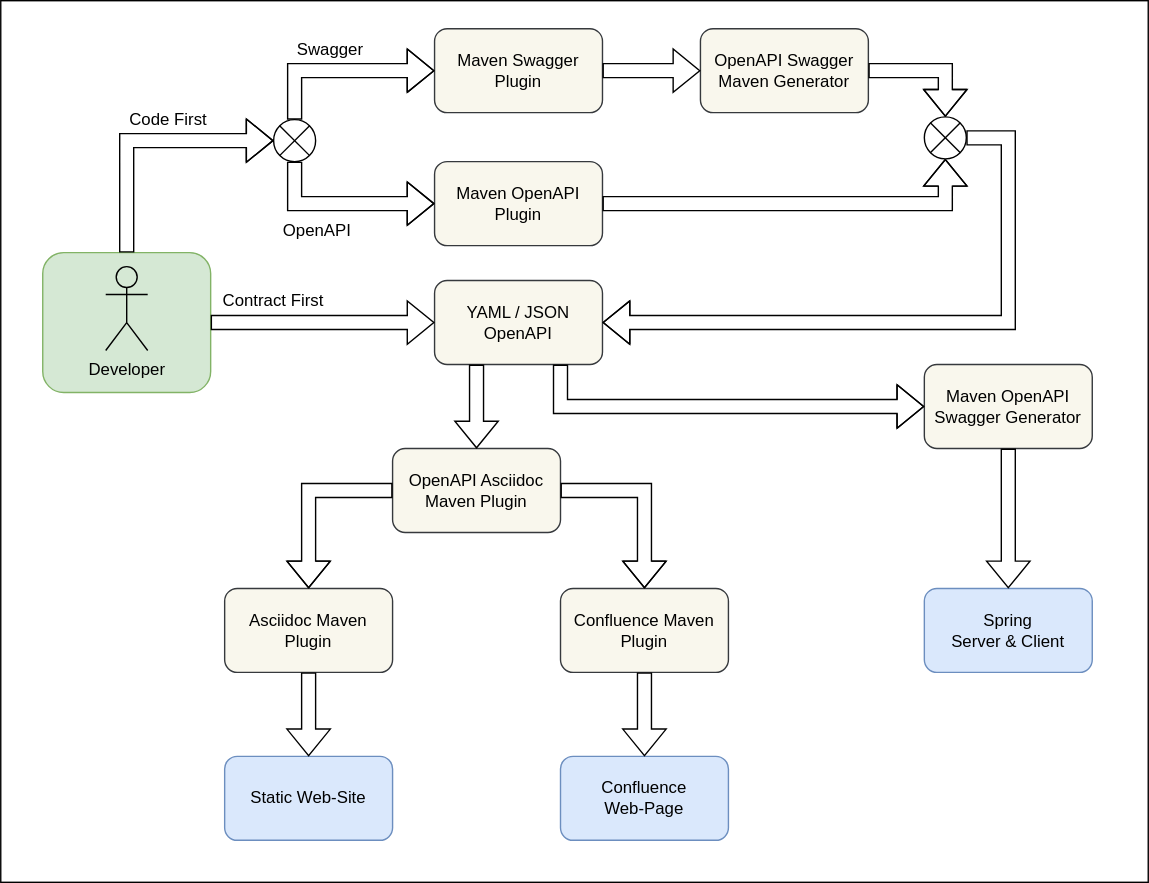
Before: doc/context-view.svg, a diagram exported from draw.io (denis-volnenko/openapi-asciidoc-maven-plugin). Source tidied: cells renumbered, new cells last; positions are measured from the earlier drawing's top-left corner, leaving out a move shared by most shapes.
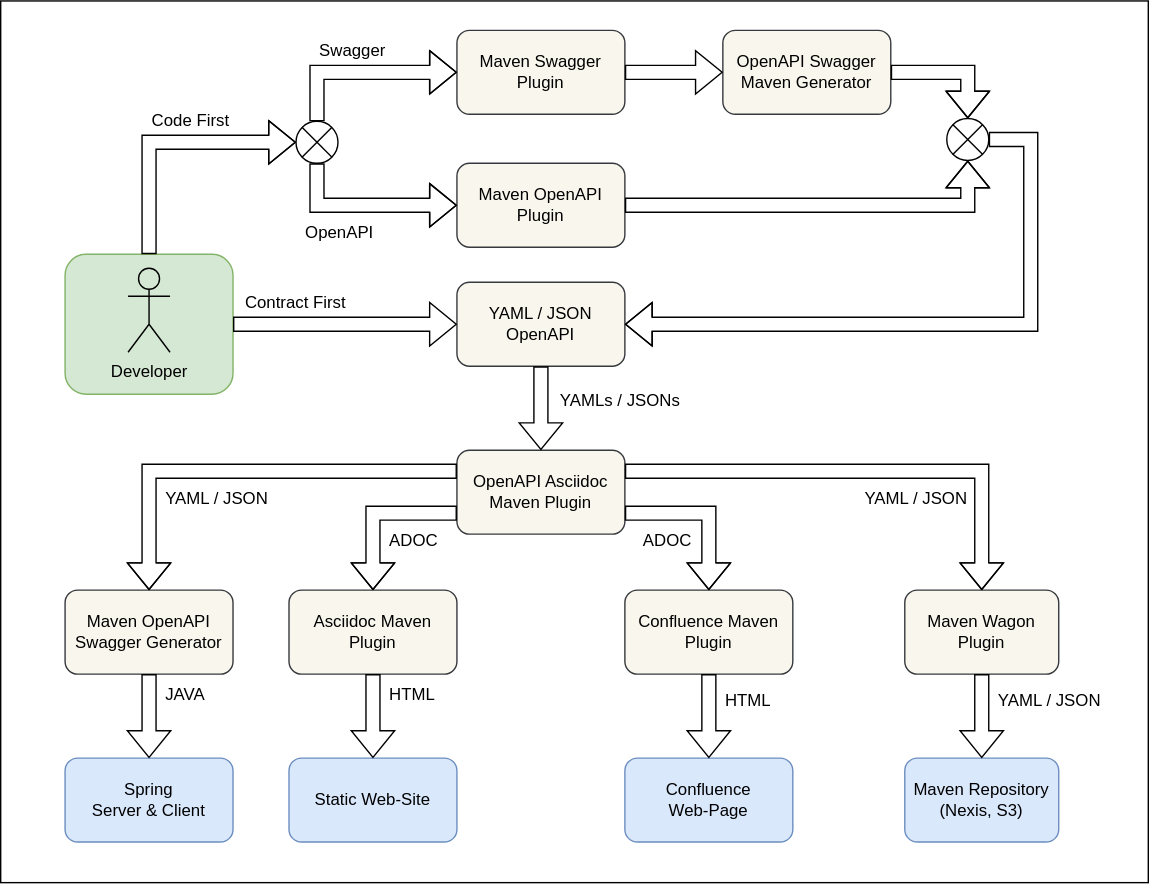
The same diagram one commit later.

Diff of the diagram source:
```diff
@@ -3,13 +3,13 @@
     <mxCell id="0" />
     <mxCell id="1" parent="0" />
     <mxCell id="2" style="rounded=0;whiteSpace=wrap;html=1;" parent="1" vertex="1">
-      <mxGeometry width="820" height="630" as="geometry" />
+      <mxGeometry x="-16" y="-1" width="820" height="630" as="geometry" />
     </mxCell>
     <mxCell id="3" value="YAML / JSON&lt;br&gt;OpenAPI" style="rounded=1;whiteSpace=wrap;html=1;fillColor=#f9f7ed;strokeColor=#36393d;" parent="1" vertex="1">
       <mxGeometry x="310" y="200" width="120" height="60" as="geometry" />
     </mxCell>
     <mxCell id="4" value="OpenAPI Asciidoc&lt;br&gt;Maven Plugin" style="rounded=1;whiteSpace=wrap;html=1;fillColor=#f9f7ed;strokeColor=#36393d;" parent="1" vertex="1">
-      <mxGeometry x="280" y="320" width="120" height="60" as="geometry" />
+      <mxGeometry x="310" y="320" width="120" height="60" as="geometry" />
     </mxCell>
     <mxCell id="5" style="rounded=1;whiteSpace=wrap;html=1;fillColor=#d5e8d4;strokeColor=#82b366;" parent="1" vertex="1">
       <mxGeometry x="30" y="180" width="120" height="100" as="geometry" />
@@ -28,36 +28,36 @@
       </mxGeometry>
     </mxCell>
     <mxCell id="9" value="Asciidoc Maven Plugin" style="rounded=1;whiteSpace=wrap;html=1;fillColor=#f9f7ed;strokeColor=#36393d;" parent="1" vertex="1">
-      <mxGeometry x="160" y="420" width="120" height="60" as="geometry" />
+      <mxGeometry x="190" y="420" width="120" height="60" as="geometry" />
     </mxCell>
-    <mxCell id="10" style="shape=flexArrow;endArrow=classic;html=1;rounded=0;exitX=0.25;exitY=1;exitDx=0;exitDy=0;" parent="1" edge="1" source="3" target="4">
+    <mxCell id="10" style="shape=flexArrow;endArrow=classic;html=1;rounded=0;exitX=0.5;exitY=1;exitDx=0;exitDy=0;entryX=0.5;entryY=0;entryDx=0;entryDy=0;" parent="1" edge="1" source="3" target="4">
       <mxGeometry relative="1" as="geometry" />
     </mxCell>
-    <mxCell id="11" style="shape=flexArrow;endArrow=classic;html=1;rounded=0;exitX=0;exitY=0.5;exitDx=0;exitDy=0;entryX=0.5;entryY=0;entryDx=0;entryDy=0;" parent="1" edge="1" source="4" target="9">
+    <mxCell id="11" style="shape=flexArrow;endArrow=classic;html=1;rounded=0;exitX=0;exitY=0.75;exitDx=0;exitDy=0;entryX=0.5;entryY=0;entryDx=0;entryDy=0;" parent="1" edge="1" source="4" target="9">
       <mxGeometry relative="1" as="geometry">
         <Array as="points">
-          <mxPoint x="220" y="350" />
+          <mxPoint x="250" y="365" />
         </Array>
       </mxGeometry>
     </mxCell>
     <mxCell id="12" value="Confluence Maven Plugin" style="rounded=1;whiteSpace=wrap;html=1;fillColor=#f9f7ed;strokeColor=#36393d;" parent="1" vertex="1">
-      <mxGeometry x="400" y="420" width="120" height="60" as="geometry" />
+      <mxGeometry x="430" y="420" width="120" height="60" as="geometry" />
     </mxCell>
-    <mxCell id="13" style="shape=flexArrow;endArrow=classic;html=1;rounded=0;exitX=1;exitY=0.5;exitDx=0;exitDy=0;entryX=0.5;entryY=0;entryDx=0;entryDy=0;" parent="1" edge="1" source="4" target="12">
+    <mxCell id="13" style="shape=flexArrow;endArrow=classic;html=1;rounded=0;exitX=1;exitY=0.75;exitDx=0;exitDy=0;entryX=0.5;entryY=0;entryDx=0;entryDy=0;" parent="1" edge="1" source="4" target="12">
       <mxGeometry relative="1" as="geometry">
         <Array as="points">
-          <mxPoint x="460" y="350" />
+          <mxPoint x="490" y="365" />
         </Array>
       </mxGeometry>
     </mxCell>
     <mxCell id="14" value="Static Web-Site" style="rounded=1;whiteSpace=wrap;html=1;fillColor=#dae8fc;strokeColor=#6c8ebf;" parent="1" vertex="1">
-      <mxGeometry x="160" y="540" width="120" height="60" as="geometry" />
+      <mxGeometry x="190" y="540" width="120" height="60" as="geometry" />
     </mxCell>
     <mxCell id="15" style="shape=flexArrow;endArrow=classic;html=1;rounded=0;exitX=0.5;exitY=1;exitDx=0;exitDy=0;entryX=0.5;entryY=0;entryDx=0;entryDy=0;" parent="1" edge="1" source="9" target="14">
       <mxGeometry relative="1" as="geometry" />
     </mxCell>
     <mxCell id="16" value="Confluence &lt;br&gt;Web-Page" style="rounded=1;whiteSpace=wrap;html=1;fillColor=#dae8fc;strokeColor=#6c8ebf;" parent="1" vertex="1">
-      <mxGeometry x="400" y="540" width="120" height="60" as="geometry" />
+      <mxGeometry x="430" y="540" width="120" height="60" as="geometry" />
     </mxCell>
     <mxCell id="17" style="shape=flexArrow;endArrow=classic;html=1;rounded=0;exitX=0.5;exitY=1;exitDx=0;exitDy=0;" parent="1" edge="1" source="12" target="16">
       <mxGeometry relative="1" as="geometry" />
@@ -108,15 +108,8 @@
       <mxGeometry x="660" y="83" width="30" height="30" as="geometry" />
     </mxCell>
     <mxCell id="29" value="Maven OpenAPI Swagger&amp;nbsp;Generator" style="rounded=1;whiteSpace=wrap;html=1;fillColor=#f9f7ed;strokeColor=#36393d;" parent="1" vertex="1">
-      <mxGeometry x="660" y="260" width="120" height="60" as="geometry" />
+      <mxGeometry x="30" y="420" width="120" height="60" as="geometry" />
     </mxCell>
-    <mxCell id="30" style="shape=flexArrow;endArrow=classic;html=1;rounded=0;exitX=0.75;exitY=1;exitDx=0;exitDy=0;entryX=0;entryY=0.5;entryDx=0;entryDy=0;" parent="1" edge="1" source="3" target="29">
-      <mxGeometry relative="1" as="geometry">
-        <Array as="points">
-          <mxPoint x="400" y="290" />
-        </Array>
-      </mxGeometry>
-    </mxCell>
     <mxCell id="31" value="OpenAPI Swagger&lt;br&gt;Maven Generator" style="rounded=1;whiteSpace=wrap;html=1;fillColor=#f9f7ed;strokeColor=#36393d;" parent="1" vertex="1">
       <mxGeometry x="500" y="20" width="120" height="60" as="geometry" />
     </mxCell>
@@ -139,10 +132,60 @@
       </mxGeometry>
     </mxCell>
     <mxCell id="35" value="Spring &lt;br&gt;Server &amp;amp; Client" style="rounded=1;whiteSpace=wrap;html=1;fillColor=#dae8fc;strokeColor=#6c8ebf;" parent="1" vertex="1">
-      <mxGeometry x="660" y="420" width="120" height="60" as="geometry" />
+      <mxGeometry x="30" y="540" width="120" height="60" as="geometry" />
     </mxCell>
     <mxCell id="36" style="shape=flexArrow;endArrow=classic;html=1;rounded=0;exitX=0.5;exitY=1;exitDx=0;exitDy=0;" parent="1" edge="1" source="29" target="35">
       <mxGeometry relative="1" as="geometry" />
     </mxCell>
+    <mxCell id="37" style="shape=flexArrow;endArrow=classic;html=1;rounded=0;exitX=0;exitY=0.25;exitDx=0;exitDy=0;entryX=0.5;entryY=0;entryDx=0;entryDy=0;" parent="1" edge="1" source="4" target="29">
+      <mxGeometry relative="1" as="geometry">
+        <Array as="points">
+          <mxPoint x="90" y="335" />
+        </Array>
+      </mxGeometry>
+    </mxCell>
+    <mxCell id="38" value="Maven Wagon Plugin" style="rounded=1;whiteSpace=wrap;html=1;fillColor=#f9f7ed;strokeColor=#36393d;" parent="1" vertex="1">
+      <mxGeometry x="630" y="420" width="110" height="60" as="geometry" />
+    </mxCell>
+    <mxCell id="39" value="Maven Repository (Nexis, S3)" style="rounded=1;whiteSpace=wrap;html=1;fillColor=#dae8fc;strokeColor=#6c8ebf;" parent="1" vertex="1">
+      <mxGeometry x="630" y="540" width="110" height="60" as="geometry" />
+    </mxCell>
+    <mxCell id="40" style="shape=flexArrow;endArrow=classic;html=1;rounded=0;fillColor=default;exitX=0.5;exitY=1;exitDx=0;exitDy=0;entryX=0.5;entryY=0;entryDx=0;entryDy=0;" parent="1" edge="1" source="38" target="39">
+      <mxGeometry relative="1" as="geometry" />
+    </mxCell>
+    <mxCell id="41" value="YAML / JSON" style="text;html=1;strokeColor=none;fillColor=none;align=left;verticalAlign=middle;whiteSpace=wrap;rounded=0;" parent="1" vertex="1">
+      <mxGeometry x="695" y="484" width="97" height="30" as="geometry" />
+    </mxCell>
+    <mxCell id="42" value="YAML / JSON" style="text;html=1;strokeColor=none;fillColor=none;align=right;verticalAlign=middle;whiteSpace=wrap;rounded=0;" parent="1" vertex="1">
+      <mxGeometry x="580" y="340" width="97" height="30" as="geometry" />
+    </mxCell>
+    <mxCell id="43" style="shape=flexArrow;endArrow=classic;html=1;rounded=0;entryX=0.5;entryY=0;entryDx=0;entryDy=0;exitX=1;exitY=0.25;exitDx=0;exitDy=0;" parent="1" edge="1" source="4" target="38">
+      <mxGeometry relative="1" as="geometry">
+        <Array as="points">
+          <mxPoint x="685" y="335" />
+        </Array>
+      </mxGeometry>
+    </mxCell>
+    <mxCell id="44" value="HTML" style="text;html=1;strokeColor=none;fillColor=none;align=left;verticalAlign=middle;whiteSpace=wrap;rounded=0;" parent="1" vertex="1">
+      <mxGeometry x="500" y="484" width="60" height="30" as="geometry" />
+    </mxCell>
+    <mxCell id="45" value="HTML" style="text;html=1;strokeColor=none;fillColor=none;align=left;verticalAlign=middle;whiteSpace=wrap;rounded=0;" parent="1" vertex="1">
+      <mxGeometry x="260" y="480" width="60" height="30" as="geometry" />
+    </mxCell>
+    <mxCell id="46" value="JAVA" style="text;html=1;strokeColor=none;fillColor=none;align=left;verticalAlign=middle;whiteSpace=wrap;rounded=0;" parent="1" vertex="1">
+      <mxGeometry x="100" y="480" width="60" height="30" as="geometry" />
+    </mxCell>
+    <mxCell id="47" value="ADOC" style="text;html=1;strokeColor=none;fillColor=none;align=right;verticalAlign=middle;whiteSpace=wrap;rounded=0;" parent="1" vertex="1">
+      <mxGeometry x="420" y="370" width="60" height="30" as="geometry" />
+    </mxCell>
+    <mxCell id="48" value="ADOC" style="text;html=1;strokeColor=none;fillColor=none;align=left;verticalAlign=middle;whiteSpace=wrap;rounded=0;" parent="1" vertex="1">
+      <mxGeometry x="260" y="370" width="60" height="30" as="geometry" />
+    </mxCell>
+    <mxCell id="49" value="YAML / JSON" style="text;html=1;strokeColor=none;fillColor=none;align=left;verticalAlign=middle;whiteSpace=wrap;rounded=0;" parent="1" vertex="1">
+      <mxGeometry x="100" y="340" width="97" height="30" as="geometry" />
+    </mxCell>
+    <mxCell id="50" value="YAMLs / JSONs" style="text;html=1;strokeColor=none;fillColor=none;align=left;verticalAlign=middle;whiteSpace=wrap;rounded=0;" parent="1" vertex="1">
+      <mxGeometry x="381.5" y="270" width="97" height="30" as="geometry" />
+    </mxCell>
   </root>
 </mxGraphModel>
```
